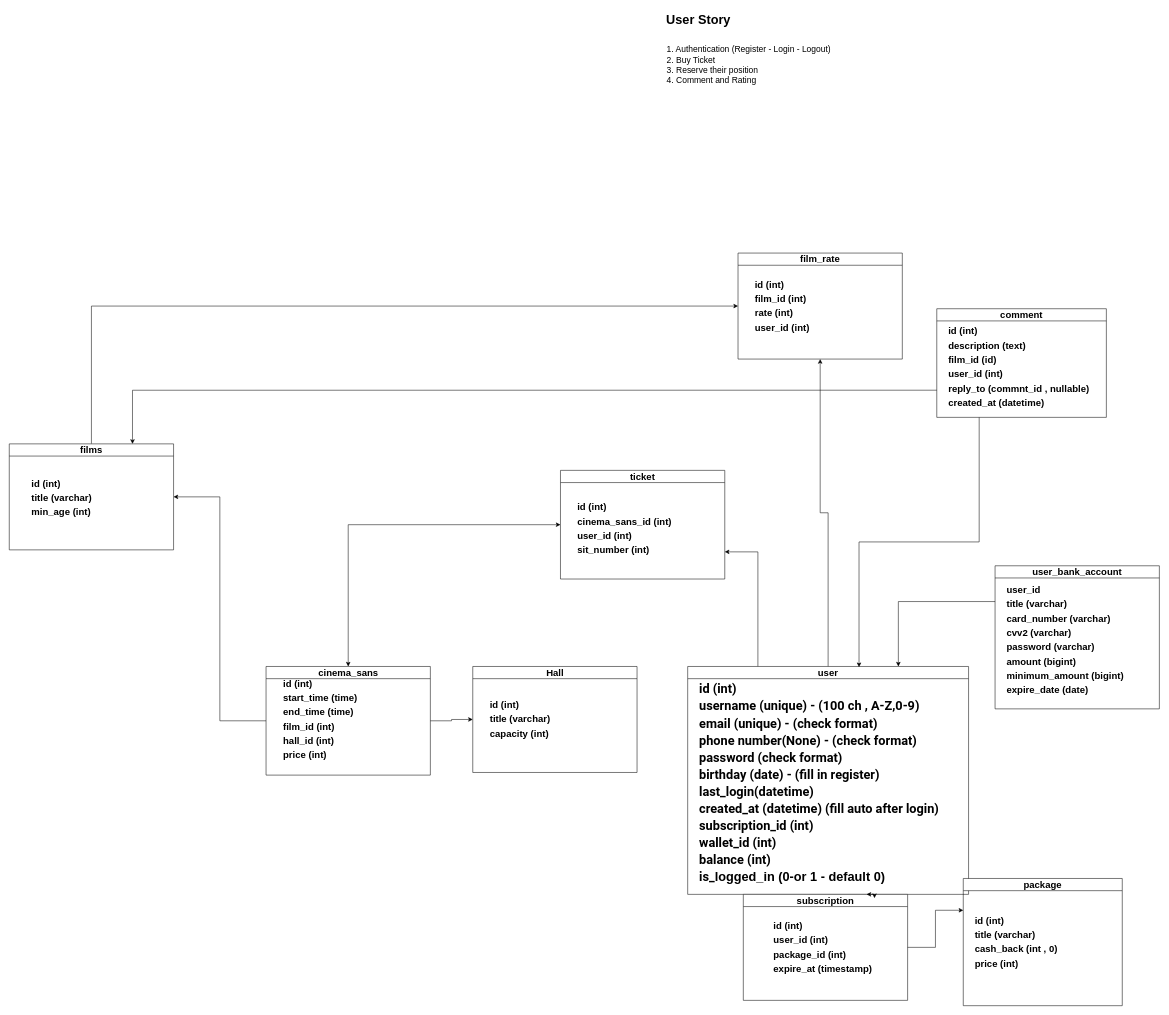
This is cinema-ticket.drawio from mraghdasi/cinema-ticket, a draw.io file, before an edit. Source tidied: cells renumbered, new cells numbered last; positions are measured from the earlier drawing's top-left corner, leaving out a move shared by most shapes. Both pictures are drawn from the tidied source at 53%, with x=0, y=0 at pixel (9, 9).
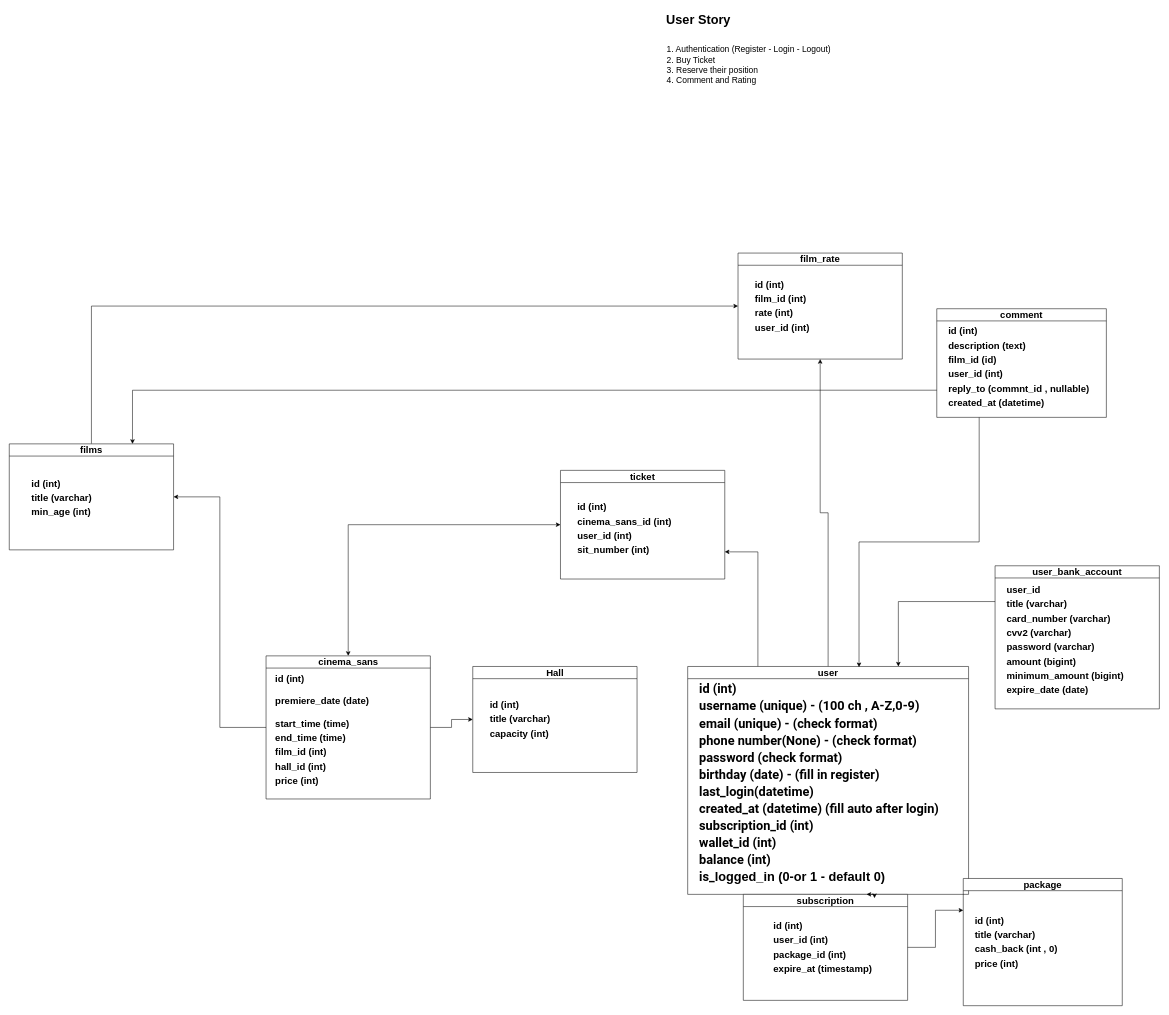
Above is the later version.

Change to the diagram source:
```diff
@@
     <mxCell id="19" value="&lt;h2&gt;cinema_sans&lt;/h2&gt;" style="swimlane;whiteSpace=wrap;html=1;" parent="1" vertex="1">
-      <mxGeometry x="484.5" y="1240" width="310" height="205" as="geometry" />
+      <mxGeometry x="484.5" y="1220" width="310" height="270" as="geometry" />
     </mxCell>
-    <mxCell id="20" value="&lt;h2 style=&quot;line-height: 150%;&quot;&gt;id (int)&lt;br&gt;start_time (time)&lt;br&gt;end_time (time)&lt;br&gt;film_id (int)&lt;br&gt;hall_id (int)&lt;br&gt;price (int)&lt;/h2&gt;" style="text;html=1;align=left;verticalAlign=middle;strokeColor=none;fillColor=none;" parent="19" vertex="1">
-      <mxGeometry x="30" y="-5" width="160" height="210" as="geometry" />
+    <mxCell id="20" value="&lt;h2 style=&quot;line-height: 150%;&quot;&gt;id (int)&lt;br&gt;&lt;/h2&gt;&lt;h2 style=&quot;line-height: 27px;&quot;&gt;premiere_date (date)&lt;/h2&gt;&lt;h2 style=&quot;line-height: 150%;&quot;&gt;start_time (time)&lt;br&gt;end_time (time)&lt;br&gt;film_id (int)&lt;br&gt;hall_id (int)&lt;br&gt;price (int)&lt;/h2&gt;" style="text;html=1;align=left;verticalAlign=middle;strokeColor=none;fillColor=none;" parent="19" vertex="1">
+      <mxGeometry x="15.5" y="10" width="200" height="260" as="geometry" />
     </mxCell>
```
